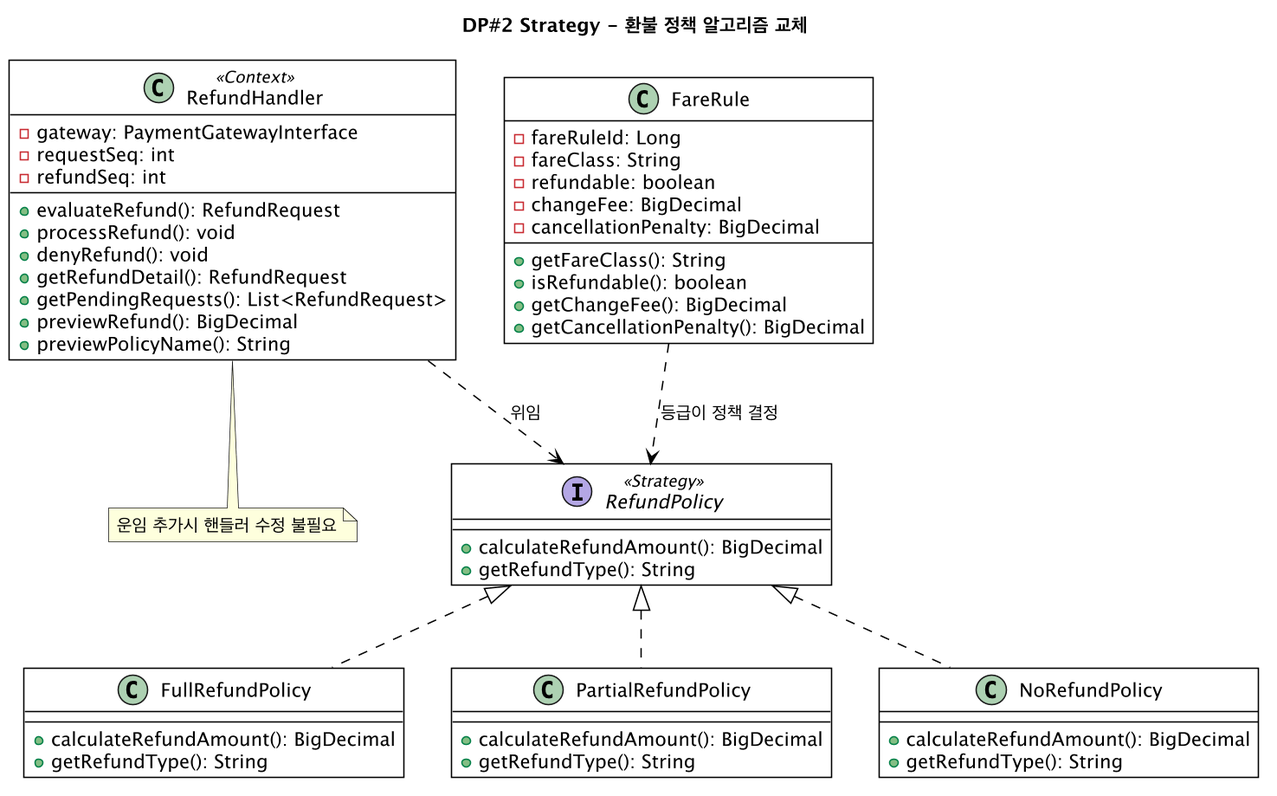
This is docs/diagrams/iter4-puml/dp2-strategy.png from gimjungwook/KoreanAirReservationDomain, a PlantUML export, as it was before one commit.
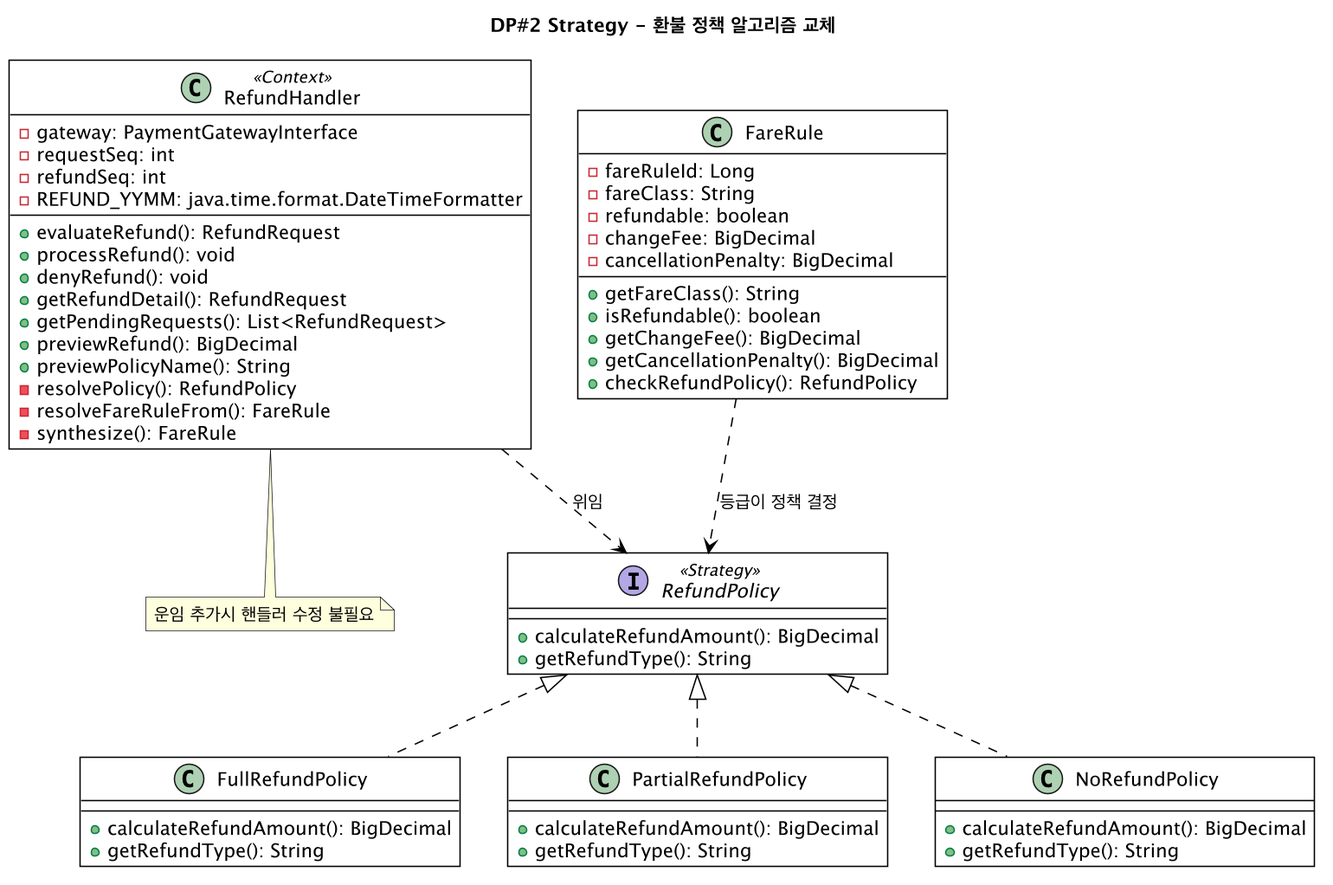
After the commit.

The edit, as a diff of the source:
```diff
@@ -21,6 +21,7 @@
   -gateway: PaymentGatewayInterface
   -requestSeq: int
   -refundSeq: int
+  -REFUND_YYMM: java.time.format.DateTimeFormatter
   --
   +evaluateRefund(): RefundRequest
   +processRefund(): void
@@ -29,6 +30,9 @@
   +getPendingRequests(): List<RefundRequest>
   +previewRefund(): BigDecimal
   +previewPolicyName(): String
+  -resolvePolicy(): RefundPolicy
+  -resolveFareRuleFrom(): FareRule
+  -synthesize(): FareRule
 }
 class FareRule {
   -fareRuleId: Long
@@ -41,6 +45,7 @@
   +isRefundable(): boolean
   +getChangeFee(): BigDecimal
   +getCancellationPenalty(): BigDecimal
+  +checkRefundPolicy(): RefundPolicy
 }
 RefundPolicy <|.. FullRefundPolicy
 RefundPolicy <|.. PartialRefundPolicy
```
